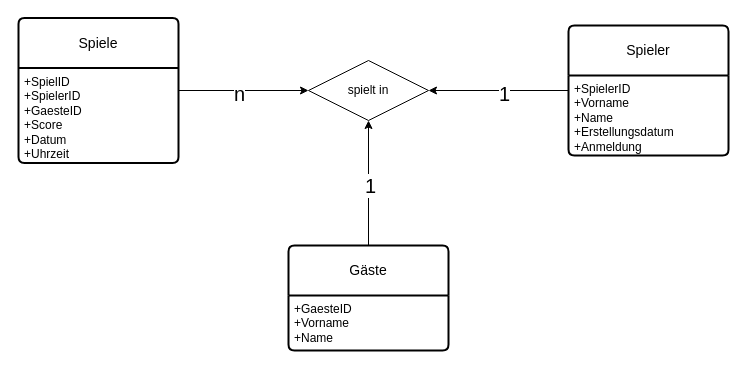
This is page "Datenbank_Diagramm" (3 of 3) of reaction_game.drawio from Saemiboy/reaction-game, a draw.io file, before an edit. Source tidied: cells renumbered, new cells numbered last; positions are measured from the earlier drawing's top-left corner, leaving out a move shared by most shapes. Both pictures are drawn from the tidied source at 100%, with x=0, y=0 at pixel (18, 18).
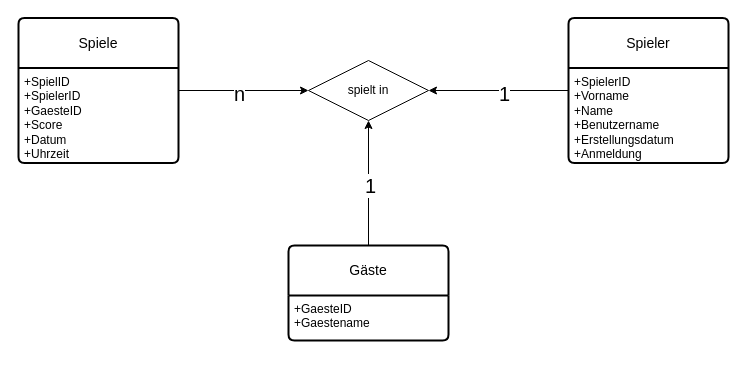
Above is the later version.

Commit message:
Chen Diagramm erweitert

Change to the diagram source:
```diff
@@
 <mxGraphModel>
   <root>
     <mxCell id="0" />
     <mxCell id="1" parent="0" />
     <mxCell id="2" style="edgeStyle=orthogonalEdgeStyle;rounded=0;jettySize=auto;html=1;entryX=0;entryY=0.5;entryDx=0;entryDy=0;" parent="1" edge="1" source="4" target="10">
       <mxGeometry relative="1" as="geometry" />
     </mxCell>
     <mxCell id="3" value="&lt;font style=&quot;font-size: 20px;&quot;&gt;n&lt;/font&gt;" style="edgeLabel;html=1;align=center;verticalAlign=middle;" parent="2" vertex="1">
       <mxGeometry x="-0.08" y="-1" relative="1" as="geometry">
         <mxPoint y="1" as="offset" />
       </mxGeometry>
     </mxCell>
     <mxCell id="4" value="Spiele" style="swimlane;horizontal=1;startSize=50;rounded=1;fontSize=14;fontStyle=0;strokeWidth=2;shadow=0;dashed=0;align=center;arcSize=4;whiteSpace=wrap;html=1;" parent="1" vertex="1">
       <mxGeometry y="-0.5" width="160" height="145" as="geometry" />
     </mxCell>
     <mxCell id="5" value="+SpielID&lt;br&gt;+SpielerID&lt;div&gt;+GaesteID&lt;br&gt;+Score&lt;div&gt;+Datum&lt;/div&gt;&lt;div&gt;+Uhrzeit&lt;/div&gt;&lt;/div&gt;" style="align=left;strokeColor=none;fillColor=none;spacingLeft=4;spacingRight=4;fontSize=12;verticalAlign=top;html=1;whiteSpace=wrap;" parent="4" vertex="1">
       <mxGeometry y="50" width="160" height="95" as="geometry" />
     </mxCell>
     <mxCell id="6" style="edgeStyle=orthogonalEdgeStyle;rounded=0;jettySize=auto;html=1;entryX=1;entryY=0.5;entryDx=0;entryDy=0;" parent="1" edge="1" source="8" target="10">
       <mxGeometry relative="1" as="geometry" />
     </mxCell>
     <mxCell id="7" value="&lt;font style=&quot;font-size: 20px;&quot;&gt;1&lt;/font&gt;" style="edgeLabel;html=1;align=center;verticalAlign=middle;" parent="6" vertex="1">
       <mxGeometry x="-0.07" y="2" relative="1" as="geometry" />
     </mxCell>
     <mxCell id="8" value="Spieler" style="swimlane;horizontal=1;startSize=50;rounded=1;fontSize=14;fontStyle=0;strokeWidth=2;shadow=0;dashed=0;align=center;arcSize=4;whiteSpace=wrap;html=1;" parent="1" vertex="1">
-      <mxGeometry x="550" y="7" width="160" height="130" as="geometry" />
+      <mxGeometry x="550" y="-0.5" width="160" height="145" as="geometry" />
     </mxCell>
-    <mxCell id="9" value="+SpielerID&lt;br&gt;+Vorname&lt;br&gt;+Name&lt;div&gt;+Erstellungsdatum&lt;/div&gt;&lt;div&gt;+Anmeldung&lt;/div&gt;" style="align=left;strokeColor=none;fillColor=none;spacingLeft=4;spacingRight=4;fontSize=12;verticalAlign=top;html=1;whiteSpace=wrap;" parent="8" vertex="1">
-      <mxGeometry y="50" width="160" height="80" as="geometry" />
+    <mxCell id="9" value="+SpielerID&lt;br&gt;+Vorname&lt;br&gt;+Name&lt;div&gt;+Benutzername&lt;br&gt;&lt;div&gt;+Erstellungsdatum&lt;/div&gt;&lt;div&gt;+Anmeldung&lt;/div&gt;&lt;/div&gt;" style="align=left;strokeColor=none;fillColor=none;spacingLeft=4;spacingRight=4;fontSize=12;verticalAlign=top;html=1;whiteSpace=wrap;" parent="8" vertex="1">
+      <mxGeometry y="50" width="160" height="95" as="geometry" />
     </mxCell>
     <mxCell id="10" value="spielt in" style="shape=rhombus;perimeter=rhombusPerimeter;whiteSpace=wrap;html=1;align=center;" parent="1" vertex="1">
       <mxGeometry x="290" y="42" width="120" height="60" as="geometry" />
     </mxCell>
     <mxCell id="11" style="edgeStyle=orthogonalEdgeStyle;rounded=0;jettySize=auto;html=1;entryX=0.5;entryY=1;entryDx=0;entryDy=0;" parent="1" edge="1" source="13" target="10">
       <mxGeometry relative="1" as="geometry" />
     </mxCell>
     <mxCell id="12" value="&lt;font style=&quot;font-size: 20px;&quot;&gt;1&lt;/font&gt;" style="edgeLabel;html=1;align=center;verticalAlign=middle;" parent="11" vertex="1">
       <mxGeometry x="-0.02" y="-1" relative="1" as="geometry" />
     </mxCell>
     <mxCell id="13" value="Gäste" style="swimlane;horizontal=1;startSize=50;rounded=1;fontSize=14;fontStyle=0;strokeWidth=2;shadow=0;dashed=0;align=center;arcSize=4;whiteSpace=wrap;html=1;" parent="1" vertex="1">
-      <mxGeometry x="270" y="227" width="160" height="105" as="geometry" />
+      <mxGeometry x="270" y="227" width="160" height="95" as="geometry" />
     </mxCell>
-    <mxCell id="14" value="+GaesteID&lt;div&gt;+Vorname&lt;/div&gt;&lt;div&gt;+Name&lt;/div&gt;" style="align=left;strokeColor=none;fillColor=none;spacingLeft=4;spacingRight=4;fontSize=12;verticalAlign=top;html=1;whiteSpace=wrap;" parent="13" vertex="1">
-      <mxGeometry y="50" width="160" height="55" as="geometry" />
+    <mxCell id="14" value="+GaesteID&lt;div&gt;+Gaestename&lt;/div&gt;" style="align=left;strokeColor=none;fillColor=none;spacingLeft=4;spacingRight=4;fontSize=12;verticalAlign=top;html=1;whiteSpace=wrap;" parent="13" vertex="1">
+      <mxGeometry y="50" width="160" height="45" as="geometry" />
     </mxCell>
   </root>
 </mxGraphModel>
```
